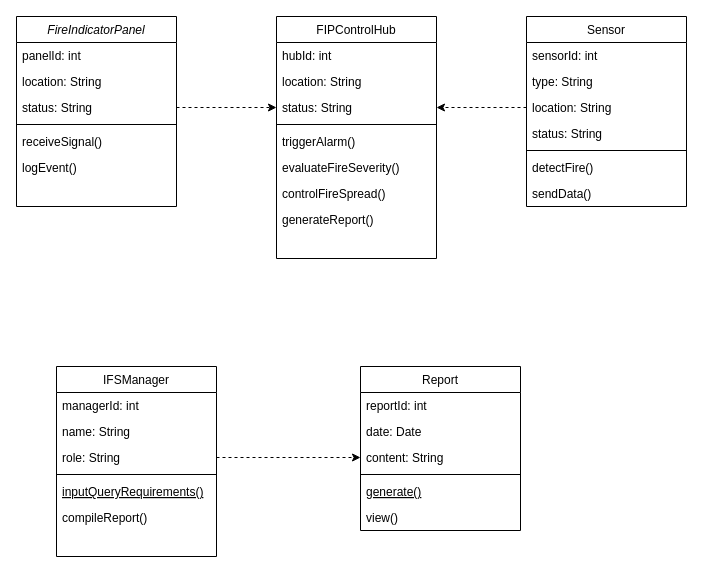
demosRun/INFO6030 keeps this draw.io diagram as ass2/系统类图.drawio. Above is the earlier version. Source tidied: cells renumbered, new cells numbered last; positions are measured from the earlier drawing's top-left corner, leaving out a move shared by most shapes. Both pictures are drawn from the tidied source at 100%, with x=0, y=0 at pixel (16, 16).
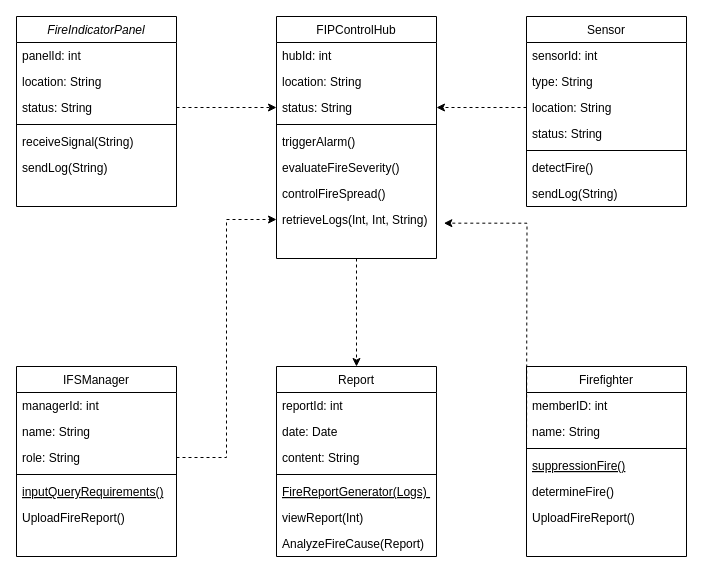
After the change.

The change refers to these unchanged cells:
```xml
<mxCell id="2" value="FireIndicatorPanel          " style="swimlane;fontStyle=2;align=center;verticalAlign=top;horizontal=1;startSize=26;rounded=0;shadow=0;strokeWidth=1;" parent="1" vertex="1">
  <mxGeometry width="160" height="190" as="geometry" />
</mxCell>
<mxCell id="12" value="content: String " style="text;align=left;verticalAlign=top;spacingLeft=4;spacingRight=4;overflow=hidden;points=[[0,0.5],[1,0.5]];portConstraint=eastwest;rounded=0;shadow=0;html=0;" parent="9" vertex="1">
  <mxGeometry y="78" width="160" height="26" as="geometry" />
</mxCell>
<mxCell id="16" value="Sensor    " style="swimlane;fontStyle=0;align=center;verticalAlign=top;horizontal=1;startSize=26;rounded=0;shadow=0;strokeWidth=1;" parent="1" vertex="1">
  <mxGeometry x="510" width="160" height="190" as="geometry" />
</mxCell>
<mxCell id="24" value="FIPControlHub            " style="swimlane;fontStyle=0;align=center;verticalAlign=top;horizontal=1;startSize=26;rounded=0;shadow=0;strokeWidth=1;" parent="1" vertex="1">
  <mxGeometry x="260" width="160" height="242" as="geometry" />
</mxCell>
<mxCell id="36" value="role: String    " style="text;align=left;verticalAlign=top;spacingLeft=4;spacingRight=4;overflow=hidden;points=[[0,0.5],[1,0.5]];portConstraint=eastwest;rounded=0;shadow=0;html=0;" parent="33" vertex="1">
  <mxGeometry y="78" width="160" height="26" as="geometry" />
</mxCell>
```

Change to the diagram source:
```diff
@@
-    <mxCell id="7" value="receiveSignal()" style="text;align=left;verticalAlign=top;spacingLeft=4;spacingRight=4;overflow=hidden;" parent="2" vertex="1">
+    <mxCell id="7" value="receiveSignal(String)" style="text;align=left;verticalAlign=top;spacingLeft=4;spacingRight=4;overflow=hidden;" parent="2" vertex="1">
       <mxGeometry y="112" width="160" height="26" as="geometry" />
     </mxCell>
-    <mxCell id="8" value="logEvent()" style="text;align=left;verticalAlign=top;spacingLeft=4;spacingRight=4;overflow=hidden;" parent="2" vertex="1">
+    <mxCell id="8" value="sendLog(String)" style="text;align=left;verticalAlign=top;spacingLeft=4;spacingRight=4;overflow=hidden;" parent="2" vertex="1">
       <mxGeometry y="138" width="160" height="26" as="geometry" />
     </mxCell>
     <mxCell id="9" value="Report                    " style="swimlane;fontStyle=0;align=center;verticalAlign=top;horizontal=1;startSize=26;rounded=0;shadow=0;strokeWidth=1;" parent="1" vertex="1">
-      <mxGeometry x="344" y="350" width="160" height="164" as="geometry" />
+      <mxGeometry x="260" y="350" width="160" height="190" as="geometry" />
     </mxCell>
@@
-    <mxCell id="14" value="generate()" style="text;align=left;verticalAlign=top;spacingLeft=4;spacingRight=4;overflow=hidden;fontStyle=4;" parent="9" vertex="1">
+    <mxCell id="14" value="FireReportGenerator(Logs) " style="text;align=left;verticalAlign=top;spacingLeft=4;spacingRight=4;overflow=hidden;fontStyle=4;" parent="9" vertex="1">
       <mxGeometry y="112" width="160" height="26" as="geometry" />
     </mxCell>
+    <mxCell id="43" value="viewReport(Int)" style="text;align=left;verticalAlign=top;spacingLeft=4;spacingRight=4;overflow=hidden;" parent="9" vertex="1">
+      <mxGeometry y="138" width="160" height="26" as="geometry" />
+    </mxCell>
-    <mxCell id="15" value="view()" style="text;align=left;verticalAlign=top;spacingLeft=4;spacingRight=4;overflow=hidden;" parent="9" vertex="1">
-      <mxGeometry y="138" width="160" height="26" as="geometry" />
+    <mxCell id="15" value="AnalyzeFireCause(Report)" style="text;align=left;verticalAlign=top;spacingLeft=4;spacingRight=4;overflow=hidden;" parent="9" vertex="1">
+      <mxGeometry y="164" width="160" height="26" as="geometry" />
     </mxCell>
@@
-    <mxCell id="23" value="sendData()     " style="text;align=left;verticalAlign=top;spacingLeft=4;spacingRight=4;overflow=hidden;" parent="16" vertex="1">
+    <mxCell id="23" value="sendLog(String)" style="text;align=left;verticalAlign=top;spacingLeft=4;spacingRight=4;overflow=hidden;" parent="16" vertex="1">
       <mxGeometry y="164" width="160" height="26" as="geometry" />
     </mxCell>
+    <mxCell id="44" style="edgeStyle=orthogonalEdgeStyle;rounded=0;jettySize=auto;html=1;exitX=0.5;exitY=1;exitDx=0;exitDy=0;entryX=0.5;entryY=0;entryDx=0;entryDy=0;dashed=1;" parent="1" edge="1" source="24" target="9">
+      <mxGeometry relative="1" as="geometry" />
+    </mxCell>
@@
-    <mxCell id="32" value="generateReport()  " style="text;align=left;verticalAlign=top;spacingLeft=4;spacingRight=4;overflow=hidden;points=[[0,0.5],[1,0.5]];portConstraint=eastwest;rounded=0;shadow=0;html=0;" parent="24" vertex="1">
+    <mxCell id="32" value="retrieveLogs(Int, Int, String) " style="text;align=left;verticalAlign=top;spacingLeft=4;spacingRight=4;overflow=hidden;points=[[0,0.5],[1,0.5]];portConstraint=eastwest;rounded=0;shadow=0;html=0;" parent="24" vertex="1">
       <mxGeometry y="190" width="160" height="26" as="geometry" />
     </mxCell>
     <mxCell id="33" value="IFSManager            " style="swimlane;fontStyle=0;align=center;verticalAlign=top;horizontal=1;startSize=26;rounded=0;shadow=0;strokeWidth=1;" parent="1" vertex="1">
-      <mxGeometry x="40" y="350" width="160" height="190" as="geometry" />
+      <mxGeometry y="350" width="160" height="190" as="geometry" />
     </mxCell>
@@
-    <mxCell id="39" value="compileReport() " style="text;align=left;verticalAlign=top;spacingLeft=4;spacingRight=4;overflow=hidden;" parent="33" vertex="1">
+    <mxCell id="39" value="UploadFireReport() " style="text;align=left;verticalAlign=top;spacingLeft=4;spacingRight=4;overflow=hidden;" parent="33" vertex="1">
       <mxGeometry y="138" width="160" height="26" as="geometry" />
     </mxCell>
@@
-    <mxCell id="42" style="edgeStyle=orthogonalEdgeStyle;rounded=0;jettySize=auto;html=1;exitX=1;exitY=0.5;exitDx=0;exitDy=0;entryX=0;entryY=0.5;entryDx=0;entryDy=0;dashed=1;" parent="1" edge="1" source="36" target="12">
+    <mxCell id="42" style="edgeStyle=orthogonalEdgeStyle;rounded=0;jettySize=auto;html=1;exitX=1;exitY=0.5;exitDx=0;exitDy=0;entryX=0;entryY=0.5;entryDx=0;entryDy=0;dashed=1;" parent="1" edge="1" source="36" target="32">
       <mxGeometry relative="1" as="geometry" />
     </mxCell>
+    <mxCell id="45" value="Firefighter            " style="swimlane;fontStyle=0;align=center;verticalAlign=top;horizontal=1;startSize=26;rounded=0;shadow=0;strokeWidth=1;" parent="1" vertex="1">
+      <mxGeometry x="510" y="350" width="160" height="190" as="geometry" />
+    </mxCell>
+    <mxCell id="46" value="memberID: int              " style="text;align=left;verticalAlign=top;spacingLeft=4;spacingRight=4;overflow=hidden;" parent="45" vertex="1">
+      <mxGeometry y="26" width="160" height="26" as="geometry" />
+    </mxCell>
+    <mxCell id="47" value="name: String   " style="text;align=left;verticalAlign=top;spacingLeft=4;spacingRight=4;overflow=hidden;rounded=0;shadow=0;html=0;" parent="45" vertex="1">
+      <mxGeometry y="52" width="160" height="26" as="geometry" />
+    </mxCell>
+    <mxCell id="48" style="line;html=1;strokeWidth=1;align=left;verticalAlign=middle;spacingTop=-1;spacingLeft=3;spacingRight=3;labelPosition=right;" parent="45" vertex="1">
+      <mxGeometry y="78" width="160" height="8" as="geometry" />
+    </mxCell>
+    <mxCell id="49" value="suppressionFire()" style="text;align=left;verticalAlign=top;spacingLeft=4;spacingRight=4;overflow=hidden;fontStyle=4;" parent="45" vertex="1">
+      <mxGeometry y="86" width="160" height="26" as="geometry" />
+    </mxCell>
+    <mxCell id="50" value="determineFire() " style="text;align=left;verticalAlign=top;spacingLeft=4;spacingRight=4;overflow=hidden;" parent="45" vertex="1">
+      <mxGeometry y="112" width="160" height="26" as="geometry" />
+    </mxCell>
+    <mxCell id="51" value="UploadFireReport() " style="text;align=left;verticalAlign=top;spacingLeft=4;spacingRight=4;overflow=hidden;" parent="45" vertex="1">
+      <mxGeometry y="138" width="160" height="26" as="geometry" />
+    </mxCell>
+    <mxCell id="52" style="edgeStyle=orthogonalEdgeStyle;rounded=0;jettySize=auto;html=1;entryX=1.046;entryY=0.641;entryDx=0;entryDy=0;dashed=1;entryPerimeter=0;" parent="1" edge="1" target="32">
+      <mxGeometry relative="1" as="geometry">
+        <mxPoint x="510" y="441" as="sourcePoint" />
+      </mxGeometry>
+    </mxCell>
```
